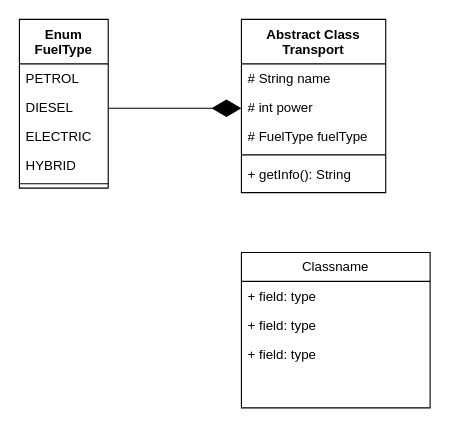
This is Диаграмма UML DZ3.drawio from SerPBushmakin/JBDGitDZ3, a draw.io file, before an edit. Source tidied: cells renumbered, new cells numbered last; positions are measured from the earlier drawing's top-left corner, leaving out a move shared by most shapes. Both pictures are drawn from the tidied source at 111%, with x=0, y=0 at pixel (19, 19).
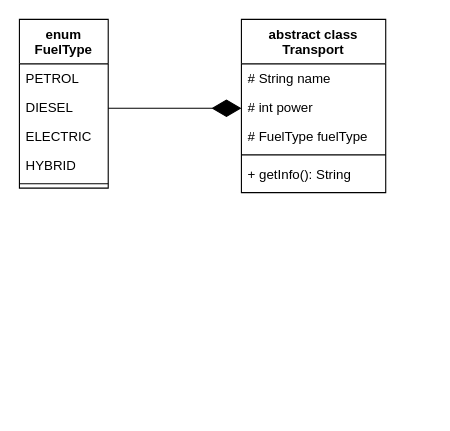
Above is the later version.

The edit, as a diff of the source:
```diff
@@
 <mxGraphModel>
   <root>
     <mxCell id="0" />
     <mxCell id="1" parent="0" />
-    <mxCell id="2" value="Abstract Class Transport" style="swimlane;fontStyle=1;align=center;verticalAlign=top;horizontal=1;startSize=40;whiteSpace=wrap;html=1;" parent="1" vertex="1">
+    <mxCell id="2" value="abstract class Transport" style="swimlane;fontStyle=1;align=center;verticalAlign=top;horizontal=1;startSize=40;whiteSpace=wrap;html=1;" parent="1" vertex="1">
       <mxGeometry x="200" width="130" height="156" as="geometry" />
     </mxCell>
     <mxCell id="3" value="# String name" style="text;strokeColor=none;fillColor=none;align=left;verticalAlign=top;spacingLeft=4;spacingRight=4;overflow=hidden;whiteSpace=wrap;html=1;" parent="2" vertex="1">
       <mxGeometry y="40" width="130" height="26" as="geometry" />
     </mxCell>
     <mxCell id="4" value="# int power&lt;div&gt;&lt;br&gt;&lt;/div&gt;" style="text;strokeColor=none;fillColor=none;align=left;verticalAlign=top;spacingLeft=4;spacingRight=4;overflow=hidden;whiteSpace=wrap;html=1;" parent="2" vertex="1">
       <mxGeometry y="66" width="130" height="26" as="geometry" />
     </mxCell>
     <mxCell id="5" value="&lt;div&gt;# FuelType fuelType&lt;/div&gt;" style="text;strokeColor=none;fillColor=none;align=left;verticalAlign=top;spacingLeft=4;spacingRight=4;overflow=hidden;whiteSpace=wrap;html=1;" parent="2" vertex="1">
       <mxGeometry y="92" width="130" height="26" as="geometry" />
     </mxCell>
     <mxCell id="6" style="line;strokeWidth=1;fillColor=none;align=left;verticalAlign=middle;spacingTop=-1;spacingLeft=3;spacingRight=3;labelPosition=right;strokeColor=inherit;" parent="2" vertex="1">
       <mxGeometry y="118" width="130" height="8" as="geometry" />
     </mxCell>
     <mxCell id="7" value="+ getInfo(): String" style="text;strokeColor=none;fillColor=none;align=left;verticalAlign=top;spacingLeft=4;spacingRight=4;overflow=hidden;whiteSpace=wrap;html=1;" parent="2" vertex="1">
       <mxGeometry y="126" width="130" height="30" as="geometry" />
     </mxCell>
-    <mxCell id="8" value="Classname" style="swimlane;fontStyle=0;horizontal=1;startSize=26;fillColor=none;whiteSpace=wrap;html=1;" parent="1" vertex="1">
-      <mxGeometry x="200" y="210" width="170" height="140" as="geometry" />
-    </mxCell>
-    <mxCell id="9" value="+ field: type" style="text;strokeColor=none;fillColor=none;align=left;verticalAlign=top;spacingLeft=4;spacingRight=4;overflow=hidden;whiteSpace=wrap;html=1;" parent="8" vertex="1">
-      <mxGeometry y="26" width="170" height="26" as="geometry" />
-    </mxCell>
-    <mxCell id="10" value="+ field: type" style="text;strokeColor=none;fillColor=none;align=left;verticalAlign=top;spacingLeft=4;spacingRight=4;overflow=hidden;whiteSpace=wrap;html=1;" parent="8" vertex="1">
-      <mxGeometry y="52" width="170" height="26" as="geometry" />
-    </mxCell>
-    <mxCell id="11" value="+ field: type" style="text;strokeColor=none;fillColor=none;align=left;verticalAlign=top;spacingLeft=4;spacingRight=4;overflow=hidden;whiteSpace=wrap;html=1;" parent="8" vertex="1">
-      <mxGeometry y="78" width="170" height="62" as="geometry" />
-    </mxCell>
-    <mxCell id="12" value="Enum FuelType" style="swimlane;fontStyle=1;align=center;verticalAlign=top;horizontal=1;startSize=40;whiteSpace=wrap;html=1;" parent="1" vertex="1">
+    <mxCell id="12" value="enum FuelType" style="swimlane;fontStyle=1;align=center;verticalAlign=top;horizontal=1;startSize=40;whiteSpace=wrap;html=1;" parent="1" vertex="1">
       <mxGeometry width="80" height="152" as="geometry" />
     </mxCell>
     <mxCell id="13" value="PETROL" style="text;strokeColor=none;fillColor=none;align=left;verticalAlign=top;spacingLeft=4;spacingRight=4;overflow=hidden;whiteSpace=wrap;html=1;" parent="12" vertex="1">
       <mxGeometry y="40" width="80" height="26" as="geometry" />
     </mxCell>
     <mxCell id="14" value="DIESEL" style="text;strokeColor=none;fillColor=none;align=left;verticalAlign=top;spacingLeft=4;spacingRight=4;overflow=hidden;whiteSpace=wrap;html=1;" parent="12" vertex="1">
       <mxGeometry y="66" width="80" height="26" as="geometry" />
     </mxCell>
     <mxCell id="15" value="ELECTRIC" style="text;strokeColor=none;fillColor=none;align=left;verticalAlign=top;spacingLeft=4;spacingRight=4;overflow=hidden;whiteSpace=wrap;html=1;" parent="12" vertex="1">
       <mxGeometry y="92" width="80" height="26" as="geometry" />
     </mxCell>
     <mxCell id="16" value="HYBRID" style="text;strokeColor=none;fillColor=none;align=left;verticalAlign=top;spacingLeft=4;spacingRight=4;overflow=hidden;whiteSpace=wrap;html=1;" parent="12" vertex="1">
       <mxGeometry y="118" width="80" height="26" as="geometry" />
     </mxCell>
     <mxCell id="17" style="line;strokeWidth=1;fillColor=none;align=left;verticalAlign=middle;spacingTop=-1;spacingLeft=3;spacingRight=3;labelPosition=right;strokeColor=inherit;" parent="12" vertex="1">
       <mxGeometry y="144" width="80" height="8" as="geometry" />
     </mxCell>
     <mxCell id="18" style="endArrow=diamondThin;endFill=1;endSize=24;html=1;rounded=0;" parent="1" edge="1">
       <mxGeometry relative="1" as="geometry">
         <mxPoint x="80" y="80" as="sourcePoint" />
         <mxPoint x="200" y="80" as="targetPoint" />
       </mxGeometry>
     </mxCell>
   </root>
 </mxGraphModel>
```
